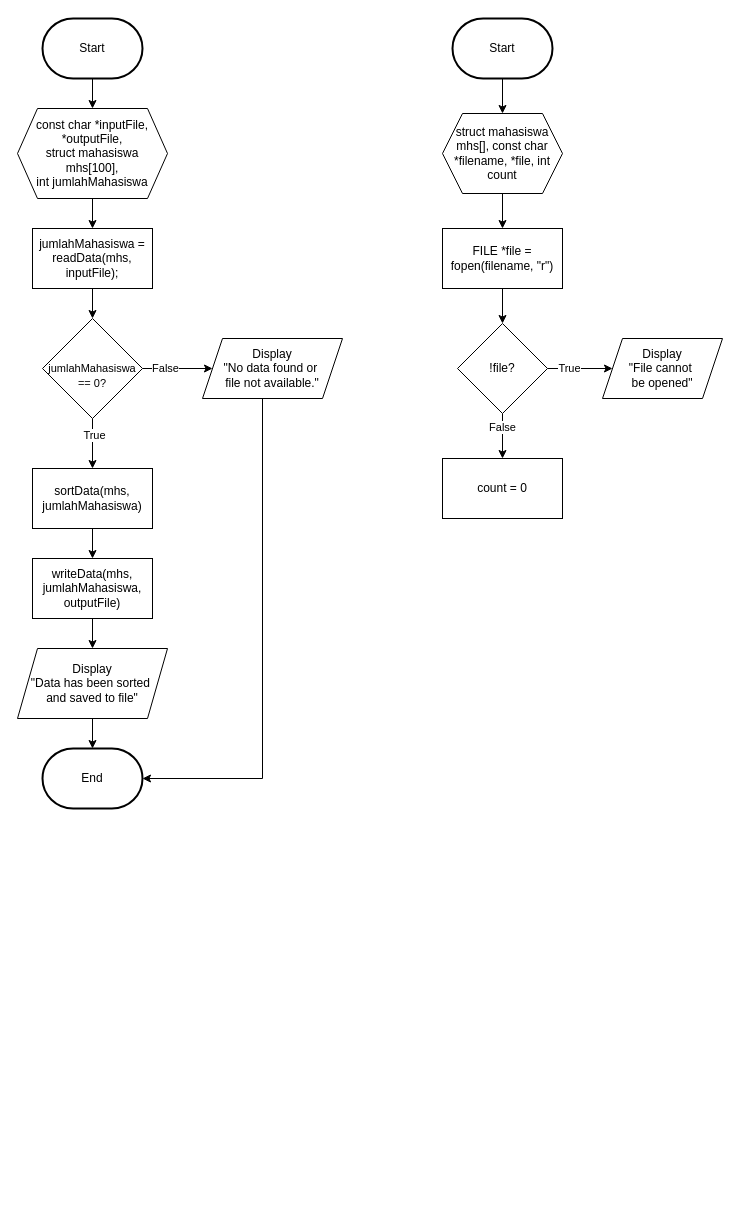
This is modul 4.drawio from elikawicaksana/BuildIT_BasisData, a draw.io file, before an edit. Source tidied: cells renumbered, new cells numbered last; positions are measured from the earlier drawing's top-left corner, leaving out a move shared by most shapes. Both pictures are drawn from the tidied source at 100%, with x=0, y=0 at pixel (17, 18).
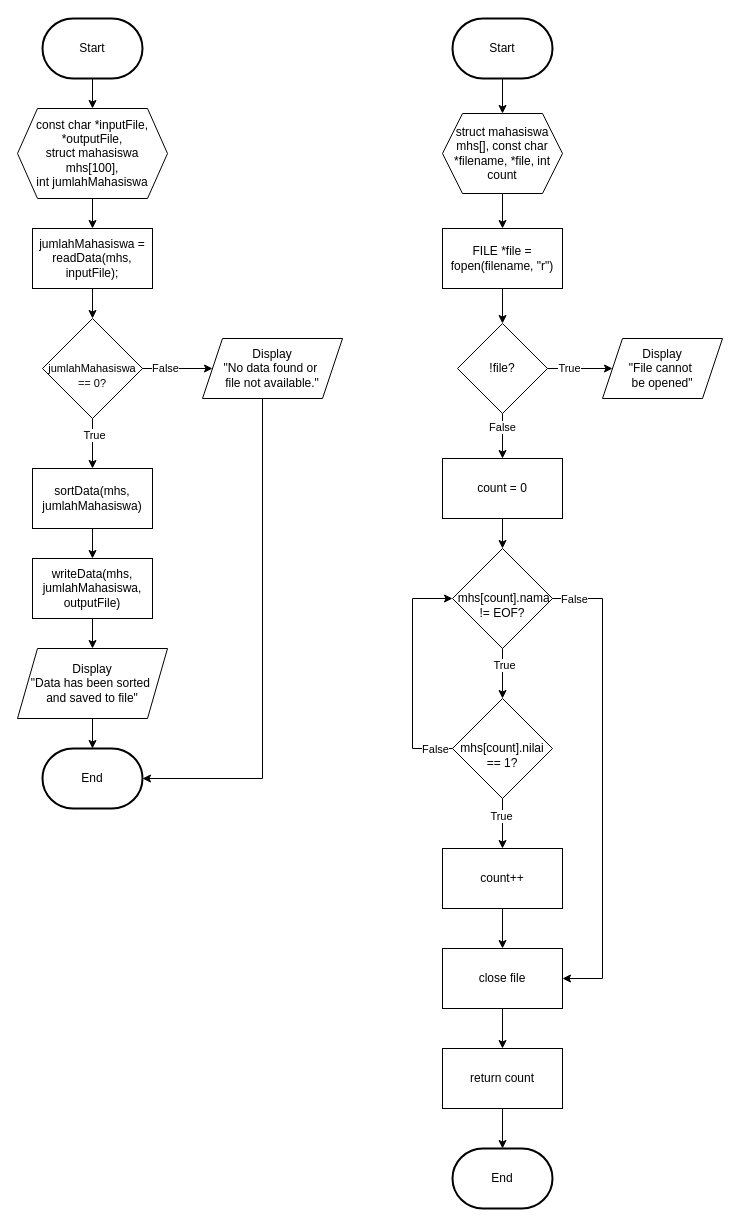
The same diagram, later.

Unchanged cells that the change refers to:
```xml
<mxCell id="34" value="count = 0" style="rounded=0;whiteSpace=wrap;html=1;" parent="1" vertex="1">
  <mxGeometry x="425" y="440" width="120" height="60" as="geometry" />
</mxCell>
```

Change to the diagram source:
```diff
@@
+    <mxCell id="35" style="edgeStyle=orthogonalEdgeStyle;rounded=0;jettySize=auto;html=1;entryX=0.5;entryY=0;entryDx=0;entryDy=0;" parent="1" edge="1" source="34" target="38">
+      <mxGeometry relative="1" as="geometry" />
+    </mxCell>
@@
+    <mxCell id="36" style="edgeStyle=orthogonalEdgeStyle;rounded=0;jettySize=auto;html=1;entryX=0.5;entryY=0;entryDx=0;entryDy=0;" parent="1" edge="1" source="38" target="43">
+      <mxGeometry relative="1" as="geometry" />
+    </mxCell>
+    <mxCell id="37" value="True" style="edgeLabel;html=1;align=center;verticalAlign=middle;" parent="36" vertex="1">
+      <mxGeometry x="-0.36" y="1" relative="1" as="geometry" />
+    </mxCell>
+    <mxCell id="38" value="&lt;div&gt;&lt;br&gt;&lt;/div&gt;&amp;nbsp;mhs[count].&lt;span style=&quot;background-color: initial; color: rgb(0, 0, 0); --darkreader-inline-bgcolor: initial; --darkreader-inline-color: #e8e6e3;&quot;&gt;nama != EOF?&lt;/span&gt;" style="rhombus;whiteSpace=wrap;html=1;" parent="1" vertex="1">
+      <mxGeometry x="435" y="530" width="100" height="100" as="geometry" />
+    </mxCell>
+    <mxCell id="39" style="edgeStyle=orthogonalEdgeStyle;rounded=0;jettySize=auto;html=1;entryX=0;entryY=0.5;entryDx=0;entryDy=0;" parent="1" edge="1" source="43" target="38">
+      <mxGeometry relative="1" as="geometry">
+        <Array as="points">
+          <mxPoint x="395" y="730" />
+          <mxPoint x="395" y="580" />
+        </Array>
+      </mxGeometry>
+    </mxCell>
+    <mxCell id="40" value="False" style="edgeLabel;html=1;align=center;verticalAlign=middle;" parent="39" vertex="1">
+      <mxGeometry x="-0.84" relative="1" as="geometry" />
+    </mxCell>
+    <mxCell id="41" style="edgeStyle=orthogonalEdgeStyle;rounded=0;jettySize=auto;html=1;" parent="1" edge="1" source="43" target="48">
+      <mxGeometry relative="1" as="geometry" />
+    </mxCell>
+    <mxCell id="42" value="True" style="edgeLabel;html=1;align=center;verticalAlign=middle;" parent="41" vertex="1">
+      <mxGeometry x="-0.31" y="-2" relative="1" as="geometry" />
+    </mxCell>
+    <mxCell id="43" value="&lt;div&gt;&lt;br&gt;&lt;/div&gt;mhs[count].nilai == 1?" style="rhombus;whiteSpace=wrap;html=1;" parent="1" vertex="1">
+      <mxGeometry x="435" y="680" width="100" height="100" as="geometry" />
+    </mxCell>
+    <mxCell id="44" value="End" style="strokeWidth=2;html=1;shape=mxgraph.flowchart.terminator;whiteSpace=wrap;" parent="1" vertex="1">
+      <mxGeometry x="435" y="1130" width="100" height="60" as="geometry" />
+    </mxCell>
+    <mxCell id="45" style="edgeStyle=orthogonalEdgeStyle;rounded=0;jettySize=auto;html=1;entryX=1;entryY=0.5;entryDx=0;entryDy=0;" parent="1" edge="1" source="38" target="52">
+      <mxGeometry relative="1" as="geometry">
+        <Array as="points">
+          <mxPoint x="585" y="580" />
+          <mxPoint x="585" y="960" />
+        </Array>
+      </mxGeometry>
+    </mxCell>
+    <mxCell id="46" value="False" style="edgeLabel;html=1;align=center;verticalAlign=middle;" parent="45" vertex="1">
+      <mxGeometry x="-0.91" relative="1" as="geometry" />
+    </mxCell>
+    <mxCell id="47" style="edgeStyle=orthogonalEdgeStyle;rounded=0;jettySize=auto;html=1;entryX=0.5;entryY=0;entryDx=0;entryDy=0;" parent="1" edge="1" source="48" target="52">
+      <mxGeometry relative="1" as="geometry" />
+    </mxCell>
+    <mxCell id="48" value="count++" style="rounded=0;whiteSpace=wrap;html=1;" parent="1" vertex="1">
+      <mxGeometry x="425" y="830" width="120" height="60" as="geometry" />
+    </mxCell>
+    <mxCell id="49" value="return count" style="rounded=0;whiteSpace=wrap;html=1;" parent="1" vertex="1">
+      <mxGeometry x="425" y="1030" width="120" height="60" as="geometry" />
+    </mxCell>
+    <mxCell id="50" style="edgeStyle=orthogonalEdgeStyle;rounded=0;jettySize=auto;html=1;entryX=0.5;entryY=0;entryDx=0;entryDy=0;entryPerimeter=0;" parent="1" edge="1" source="49" target="44">
+      <mxGeometry relative="1" as="geometry" />
+    </mxCell>
+    <mxCell id="51" style="edgeStyle=orthogonalEdgeStyle;rounded=0;jettySize=auto;html=1;entryX=0.5;entryY=0;entryDx=0;entryDy=0;" parent="1" edge="1" source="52" target="49">
+      <mxGeometry relative="1" as="geometry" />
+    </mxCell>
+    <mxCell id="52" value="close file" style="rounded=0;whiteSpace=wrap;html=1;" parent="1" vertex="1">
+      <mxGeometry x="425" y="930" width="120" height="60" as="geometry" />
+    </mxCell>
```
